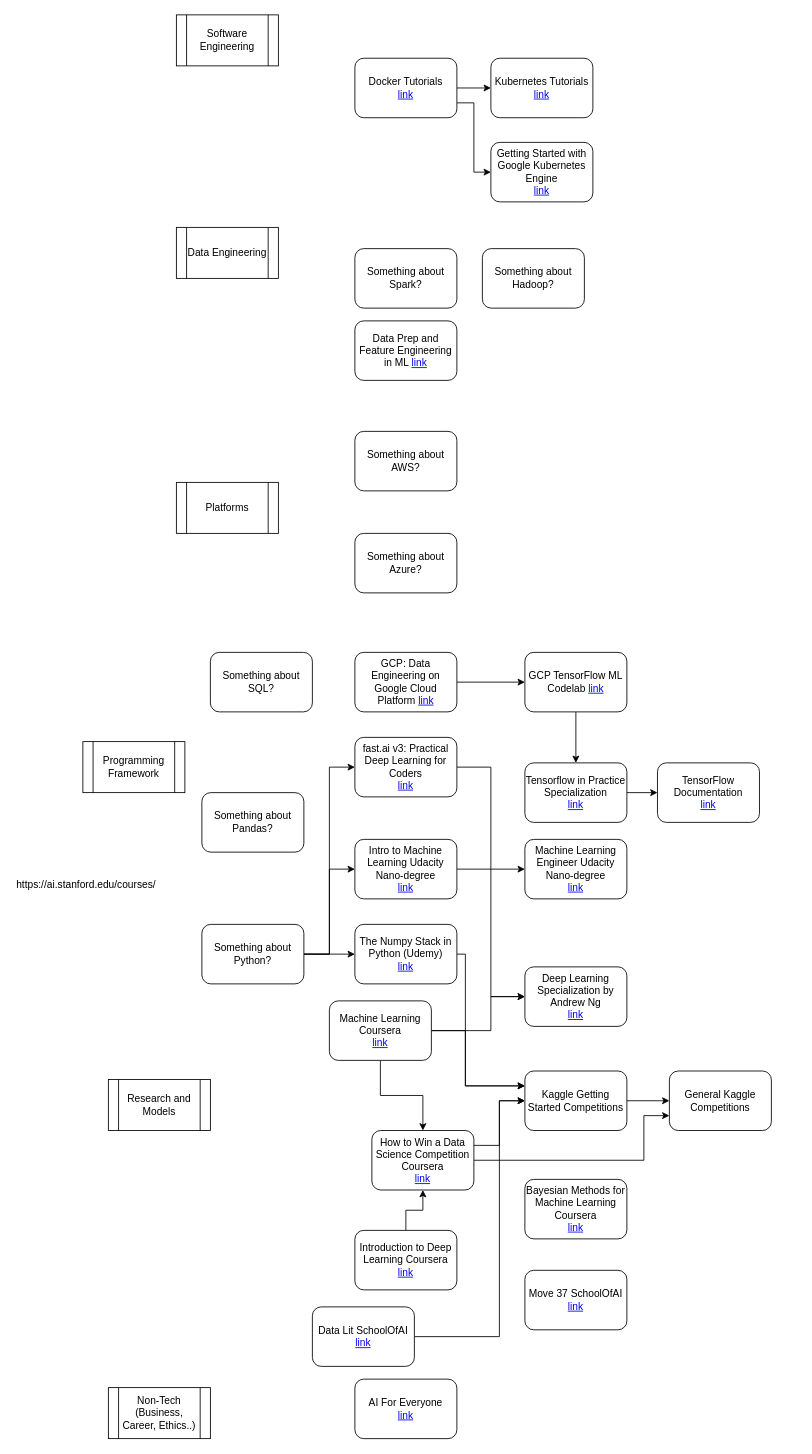
The draw.io diagram SofAI Curriculum.drawio in lucas29/GenevaSchoolofAI, before the edit. Source tidied: cells renumbered, new cells numbered last; positions are measured from the earlier drawing's top-left corner, leaving out a move shared by most shapes. Both pictures are drawn from the tidied source at 85%, with x=0, y=0 at pixel (14, 14).
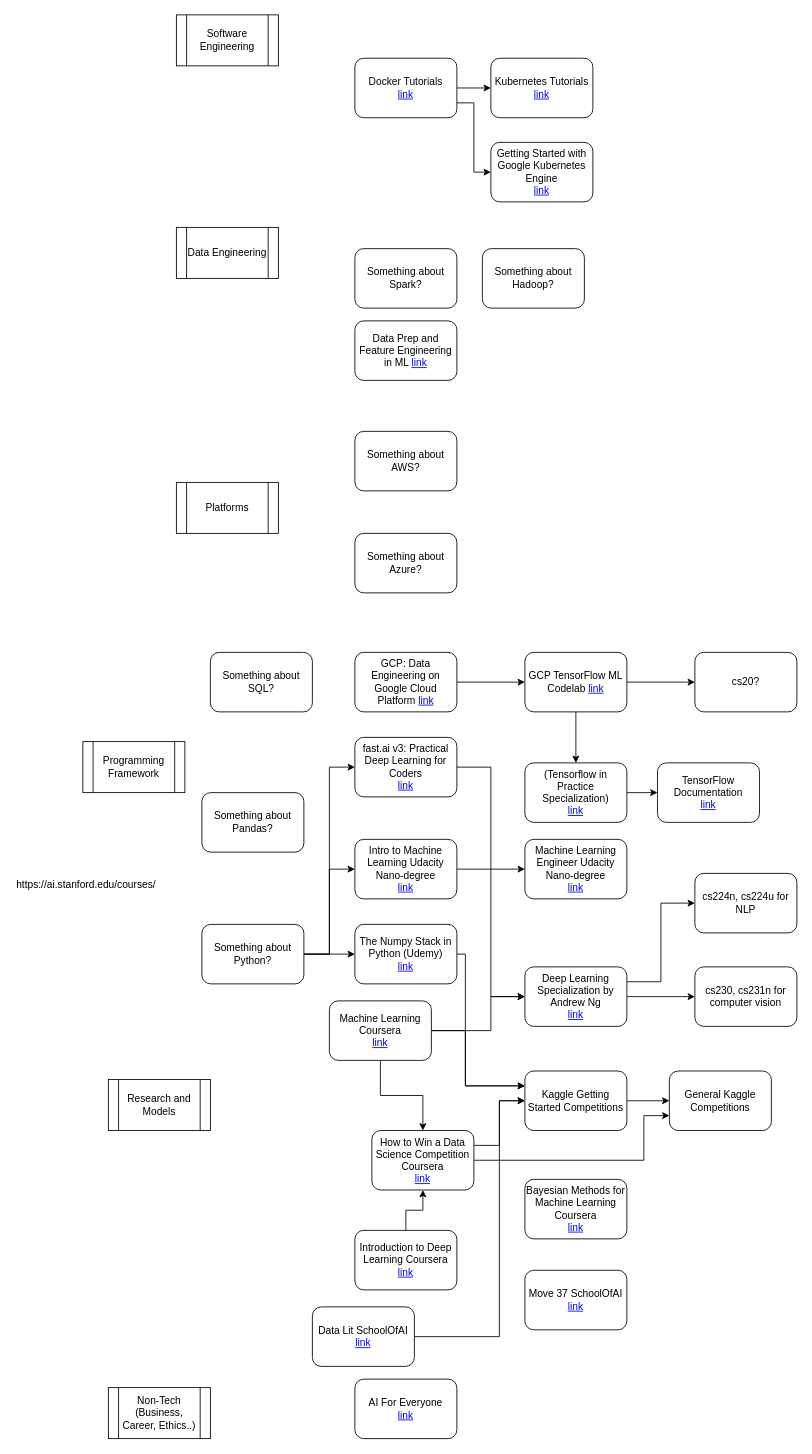
Above is the later version.

Unchanged cells that the change refers to:
```xml
<mxCell id="10" value="Deep Learning Specialization by Andrew Ng&lt;br&gt;&lt;a href=&quot;https://www.coursera.org/specializations/deep-learning&quot;&gt;link&lt;/a&gt;&lt;br&gt;" style="rounded=1;whiteSpace=wrap;html=1;" parent="1" vertex="1">
  <mxGeometry x="600" y="1120" width="120" height="70" as="geometry" />
</mxCell>
<mxCell id="40" value="GCP TensorFlow ML Codelab&amp;nbsp;&lt;a href=&quot;https://codelabs.developers.google.com/codelabs/end-to-end-ml/index.html&quot;&gt;link&lt;/a&gt;&lt;br&gt;" style="rounded=1;whiteSpace=wrap;html=1;" parent="1" vertex="1">
  <mxGeometry x="600" y="750" width="120" height="70" as="geometry" />
</mxCell>
```

Change to the diagram source:
```diff
@@
+    <mxCell id="57" style="edgeStyle=orthogonalEdgeStyle;rounded=0;jettySize=auto;html=1;" parent="1" edge="1" source="10" target="59">
+      <mxGeometry relative="1" as="geometry" />
+    </mxCell>
+    <mxCell id="58" style="edgeStyle=orthogonalEdgeStyle;rounded=0;jettySize=auto;html=1;exitX=1;exitY=0.25;exitDx=0;exitDy=0;entryX=0;entryY=0.5;entryDx=0;entryDy=0;" parent="1" edge="1" source="10" target="62">
+      <mxGeometry relative="1" as="geometry" />
+    </mxCell>
@@
+    <mxCell id="59" value="cs230, cs231n for computer vision" style="rounded=1;whiteSpace=wrap;html=1;" parent="1" vertex="1">
+      <mxGeometry x="800" y="1120" width="120" height="70" as="geometry" />
+    </mxCell>
@@
-    <mxCell id="14" value="Tensorflow in Practice Specialization&lt;br&gt;&lt;a href=&quot;https://www.coursera.org/specializations/tensorflow-in-practice&quot;&gt;link&lt;/a&gt;&lt;br&gt;" style="rounded=1;whiteSpace=wrap;html=1;" parent="1" vertex="1">
+    <mxCell id="14" value="(Tensorflow in Practice Specialization)&lt;br&gt;&lt;a href=&quot;https://www.coursera.org/specializations/tensorflow-in-practice&quot;&gt;link&lt;/a&gt;" style="rounded=1;whiteSpace=wrap;html=1;" parent="1" vertex="1">
       <mxGeometry x="600" y="880" width="120" height="70" as="geometry" />
     </mxCell>
@@
+    <mxCell id="60" style="edgeStyle=orthogonalEdgeStyle;rounded=0;jettySize=auto;html=1;" parent="1" edge="1" source="40" target="61">
+      <mxGeometry relative="1" as="geometry" />
+    </mxCell>
@@
+    <mxCell id="61" value="cs20?" style="rounded=1;whiteSpace=wrap;html=1;" parent="1" vertex="1">
+      <mxGeometry x="800" y="750" width="120" height="70" as="geometry" />
+    </mxCell>
@@
+    <mxCell id="62" value="cs224n, cs224u for NLP" style="rounded=1;whiteSpace=wrap;html=1;" parent="1" vertex="1">
+      <mxGeometry x="800" y="1010" width="120" height="70" as="geometry" />
+    </mxCell>
```
